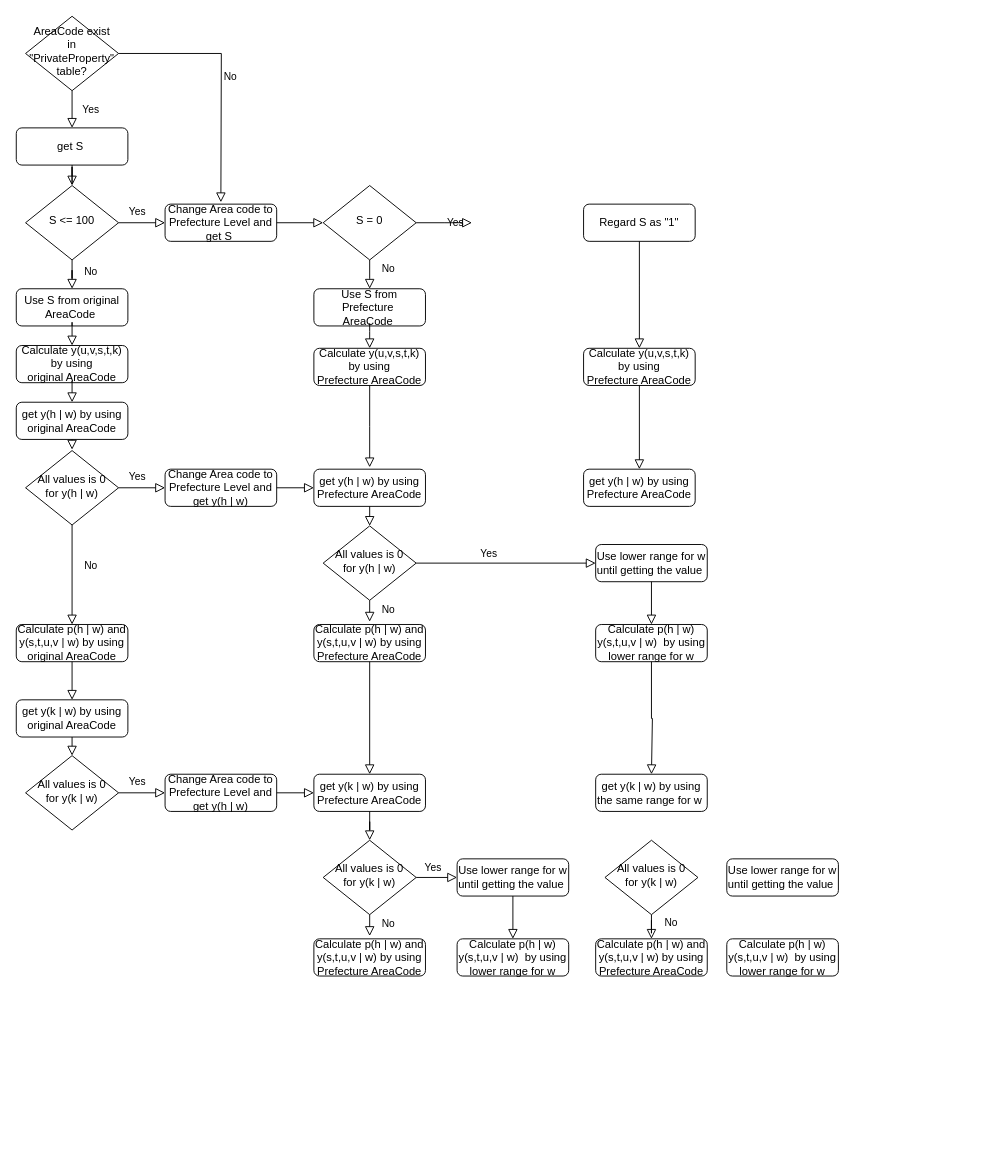
This is project/StudioLOC Diagram.drawio from Asshi01/my-first-practice-web-app, a draw.io file, before an edit. Source tidied: cells renumbered, new cells numbered last; positions are measured from the earlier drawing's top-left corner, leaving out a move shared by most shapes. Both pictures are drawn from the tidied source at 93%, with x=0, y=0 at pixel (16, 16).
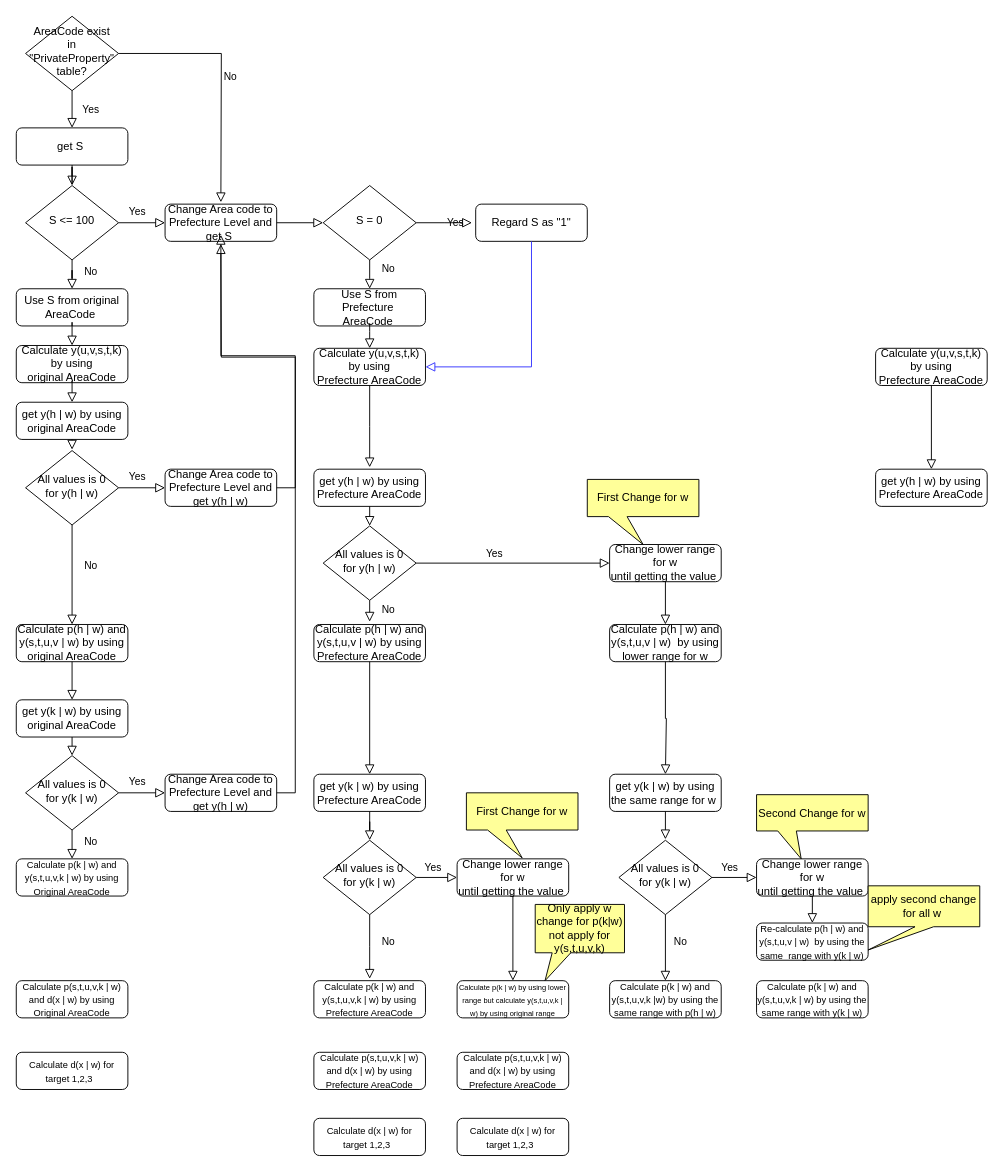
After the change.

The change refers to these unchanged cells:
```xml
<mxCell id="20" value="Calculate y(u,v,s,t,k) by using&lt;br&gt;Prefecture AreaCode" style="rounded=1;whiteSpace=wrap;html=1;fontSize=12;glass=0;strokeWidth=1;shadow=0;" parent="1" vertex="1">
  <mxGeometry x="320" y="357" width="120" height="40" as="geometry" />
</mxCell>
<mxCell id="27" value="Change Area code to Prefecture Level&amp;nbsp;and get y(h | w)" style="rounded=1;whiteSpace=wrap;html=1;fontSize=12;glass=0;strokeWidth=1;shadow=0;" parent="1" vertex="1">
  <mxGeometry x="160" y="487" width="120" height="40" as="geometry" />
</mxCell>
<mxCell id="28" value="get y(h | w) by using&lt;br&gt;Prefecture AreaCode" style="rounded=1;whiteSpace=wrap;html=1;fontSize=12;glass=0;strokeWidth=1;shadow=0;" parent="1" vertex="1">
  <mxGeometry x="320" y="487" width="120" height="40" as="geometry" />
</mxCell>
<mxCell id="47" value="All values is 0 for y(k | w)" style="rhombus;whiteSpace=wrap;html=1;shadow=0;fontFamily=Helvetica;fontSize=12;align=center;strokeWidth=1;spacing=6;spacingTop=-4;" parent="1" vertex="1">
  <mxGeometry x="10" y="795" width="100" height="80" as="geometry" />
</mxCell>
<mxCell id="48" value="Change Area code to Prefecture Level&amp;nbsp;and get y(h | w)" style="rounded=1;whiteSpace=wrap;html=1;fontSize=12;glass=0;strokeWidth=1;shadow=0;" parent="1" vertex="1">
  <mxGeometry x="160" y="815" width="120" height="40" as="geometry" />
</mxCell>
<mxCell id="49" value="get y(k | w) by using&lt;br&gt;Prefecture AreaCode" style="rounded=1;whiteSpace=wrap;html=1;fontSize=12;glass=0;strokeWidth=1;shadow=0;" parent="1" vertex="1">
  <mxGeometry x="320" y="815" width="120" height="40" as="geometry" />
</mxCell>
<mxCell id="50" value="All values is 0 for y(k | w)" style="rhombus;whiteSpace=wrap;html=1;shadow=0;fontFamily=Helvetica;fontSize=12;align=center;strokeWidth=1;spacing=6;spacingTop=-4;" parent="1" vertex="1">
  <mxGeometry x="330" y="886" width="100" height="80" as="geometry" />
</mxCell>
```

Diff of the diagram source:
```diff
@@
     <mxCell id="12" value="Regard S as &quot;1&quot;" style="rounded=1;whiteSpace=wrap;html=1;fontSize=12;glass=0;strokeWidth=1;shadow=0;" parent="1" vertex="1">
-      <mxGeometry x="610" y="202" width="120" height="40" as="geometry" />
+      <mxGeometry x="494" y="202" width="120" height="40" as="geometry" />
     </mxCell>
@@
     <mxCell id="21" value="Calculate y(u,v,s,t,k) by using&lt;br&gt;Prefecture AreaCode" style="rounded=1;whiteSpace=wrap;html=1;fontSize=12;glass=0;strokeWidth=1;shadow=0;" parent="1" vertex="1">
-      <mxGeometry x="610" y="357" width="120" height="40" as="geometry" />
+      <mxGeometry x="924" y="357" width="120" height="40" as="geometry" />
     </mxCell>
@@
-    <mxCell id="23" style="edgeStyle=orthogonalEdgeStyle;rounded=0;html=1;jettySize=auto;fontSize=11;endArrow=block;endFill=0;endSize=8;strokeWidth=1;shadow=0;labelBackgroundColor=none;entryX=0.5;entryY=0;entryDx=0;entryDy=0;exitX=0.5;exitY=1;exitDx=0;exitDy=0;" parent="1" edge="1" source="12" target="21">
+    <mxCell id="23" style="edgeStyle=orthogonalEdgeStyle;rounded=0;html=1;jettySize=auto;fontSize=11;endArrow=block;endFill=0;endSize=8;strokeWidth=1;shadow=0;labelBackgroundColor=none;entryX=1;entryY=0.5;entryDx=0;entryDy=0;exitX=0.5;exitY=1;exitDx=0;exitDy=0;strokeColor=#3333FF;" parent="1" edge="1" source="12" target="20">
       <mxGeometry x="-0.2" y="10" relative="1" as="geometry">
         <Array as="points">
-          <mxPoint x="670" y="290" />
-          <mxPoint x="670" y="290" />
+          <mxPoint x="554" y="377" />
         </Array>
       </mxGeometry>
     </mxCell>
@@
     <mxCell id="29" value="get y(h | w) by using&lt;br&gt;Prefecture AreaCode" style="rounded=1;whiteSpace=wrap;html=1;fontSize=12;glass=0;strokeWidth=1;shadow=0;" parent="1" vertex="1">
-      <mxGeometry x="610" y="487" width="120" height="40" as="geometry" />
+      <mxGeometry x="924" y="487" width="120" height="40" as="geometry" />
     </mxCell>
@@
-    <mxCell id="32" style="edgeStyle=orthogonalEdgeStyle;rounded=0;html=1;jettySize=auto;fontSize=11;endArrow=block;endFill=0;endSize=8;strokeWidth=1;shadow=0;labelBackgroundColor=none;entryX=0;entryY=0.5;entryDx=0;entryDy=0;exitX=1;exitY=0.5;exitDx=0;exitDy=0;" parent="1" edge="1" source="27" target="28">
-      <mxGeometry x="-0.2" y="10" relative="1" as="geometry" />
+    <mxCell id="32" style="edgeStyle=orthogonalEdgeStyle;rounded=0;html=1;jettySize=auto;fontSize=11;endArrow=block;endFill=0;endSize=8;strokeWidth=1;shadow=0;labelBackgroundColor=none;exitX=1;exitY=0.5;exitDx=0;exitDy=0;" parent="1" edge="1" source="27">
+      <mxGeometry x="-0.2" y="10" relative="1" as="geometry">
+        <mxPoint x="220" y="245" as="targetPoint" />
+      </mxGeometry>
     </mxCell>
@@
-    <mxCell id="38" value="Use lower range for w&lt;br&gt;until getting the value&amp;nbsp;" style="rounded=1;whiteSpace=wrap;html=1;fontSize=12;glass=0;strokeWidth=1;shadow=0;" parent="1" vertex="1">
-      <mxGeometry x="623" y="568" width="120" height="40" as="geometry" />
+    <mxCell id="38" value="Change lower range for w&lt;br&gt;until getting the value&amp;nbsp;" style="rounded=1;whiteSpace=wrap;html=1;fontSize=12;glass=0;strokeWidth=1;shadow=0;" parent="1" vertex="1">
+      <mxGeometry x="638" y="568" width="120" height="40" as="geometry" />
     </mxCell>
@@
-    <mxCell id="43" value="Calculate p(h | w) y(s,t,u,v | w)&amp;nbsp;&amp;nbsp;by using lower range for w" style="rounded=1;whiteSpace=wrap;html=1;fontSize=12;glass=0;strokeWidth=1;shadow=0;" parent="1" vertex="1">
-      <mxGeometry x="623" y="654" width="120" height="40" as="geometry" />
+    <mxCell id="43" value="Calculate p(h | w) and y(s,t,u,v | w)&amp;nbsp;&amp;nbsp;by using lower range for w" style="rounded=1;whiteSpace=wrap;html=1;fontSize=12;glass=0;strokeWidth=1;shadow=0;" parent="1" vertex="1">
+      <mxGeometry x="638" y="654" width="120" height="40" as="geometry" />
     </mxCell>
@@
-    <mxCell id="51" value="Use lower range for w&lt;br&gt;until getting the value&amp;nbsp;" style="rounded=1;whiteSpace=wrap;html=1;fontSize=12;glass=0;strokeWidth=1;shadow=0;" parent="1" vertex="1">
+    <mxCell id="51" value="Change lower range for w&lt;br&gt;until getting the value&amp;nbsp;" style="rounded=1;whiteSpace=wrap;html=1;fontSize=12;glass=0;strokeWidth=1;shadow=0;" parent="1" vertex="1">
       <mxGeometry x="474" y="906" width="120" height="40" as="geometry" />
     </mxCell>
-    <mxCell id="52" value="Calculate p(h | w) and y(s,t,u,v | w) by using&lt;br&gt;Prefecture AreaCode" style="rounded=1;whiteSpace=wrap;html=1;fontSize=12;glass=0;strokeWidth=1;shadow=0;" parent="1" vertex="1">
-      <mxGeometry x="320" y="992" width="120" height="40" as="geometry" />
+    <mxCell id="52" value="&lt;font style=&quot;font-size: 10px&quot;&gt;Calculate p(k | w) and y(s,t,u,v,k | w) by using Prefecture AreaCode&lt;/font&gt;" style="rounded=1;whiteSpace=wrap;html=1;fontSize=12;glass=0;strokeWidth=1;shadow=0;" parent="1" vertex="1">
+      <mxGeometry x="320" y="1037" width="120" height="40" as="geometry" />
     </mxCell>
     <mxCell id="53" value="No" style="rounded=0;html=1;jettySize=auto;fontSize=11;endArrow=block;endFill=0;endSize=8;strokeWidth=1;shadow=0;labelBackgroundColor=none;edgeStyle=orthogonalEdgeStyle;exitX=0.5;exitY=1;exitDx=0;exitDy=0;" parent="1" edge="1" source="50">
       <mxGeometry x="-0.17" y="20" relative="1" as="geometry">
-        <mxPoint x="380" y="989" as="targetPoint" />
+        <mxPoint x="380" y="1035" as="targetPoint" />
       </mxGeometry>
     </mxCell>
@@
-    <mxCell id="57" style="edgeStyle=orthogonalEdgeStyle;rounded=0;html=1;jettySize=auto;fontSize=11;endArrow=block;endFill=0;endSize=8;strokeWidth=1;shadow=0;labelBackgroundColor=none;entryX=0;entryY=0.5;entryDx=0;entryDy=0;exitX=1;exitY=0.5;exitDx=0;exitDy=0;" parent="1" edge="1" source="48" target="49">
-      <mxGeometry x="-0.2" y="10" relative="1" as="geometry" />
+    <mxCell id="57" style="edgeStyle=orthogonalEdgeStyle;rounded=0;html=1;jettySize=auto;fontSize=11;endArrow=block;endFill=0;endSize=8;strokeWidth=1;shadow=0;labelBackgroundColor=none;exitX=1;exitY=0.5;exitDx=0;exitDy=0;" parent="1" edge="1" source="48">
+      <mxGeometry x="-0.2" y="10" relative="1" as="geometry">
+        <mxPoint x="220" y="235" as="targetPoint" />
+        <Array as="points">
+          <mxPoint x="300" y="835" />
+          <mxPoint x="300" y="365" />
+          <mxPoint x="220" y="365" />
+        </Array>
+      </mxGeometry>
     </mxCell>
@@
-    <mxCell id="60" value="Calculate p(h | w) y(s,t,u,v | w)&amp;nbsp;&amp;nbsp;by using lower range for w" style="rounded=1;whiteSpace=wrap;html=1;fontSize=12;glass=0;strokeWidth=1;shadow=0;" parent="1" vertex="1">
-      <mxGeometry x="474" y="992" width="120" height="40" as="geometry" />
+    <mxCell id="60" value="&lt;font style=&quot;font-size: 8px&quot;&gt;&lt;font&gt;Calculate p(k | w) by using lower range but calculate&amp;nbsp;&lt;/font&gt;y(s,t,u,v,k | w) by using original&amp;nbsp;range&lt;/font&gt;" style="rounded=1;whiteSpace=wrap;html=1;fontSize=12;glass=0;strokeWidth=1;shadow=0;" parent="1" vertex="1">
+      <mxGeometry x="474" y="1037" width="120" height="40" as="geometry" />
     </mxCell>
     <mxCell id="61" value="get y(k | w) by using&lt;br&gt;the same range for w&amp;nbsp;" style="rounded=1;whiteSpace=wrap;html=1;fontSize=12;glass=0;strokeWidth=1;shadow=0;" parent="1" vertex="1">
-      <mxGeometry x="623" y="815" width="120" height="40" as="geometry" />
+      <mxGeometry x="638" y="815" width="120" height="40" as="geometry" />
     </mxCell>
     <mxCell id="62" style="edgeStyle=orthogonalEdgeStyle;rounded=0;html=1;jettySize=auto;fontSize=11;endArrow=block;endFill=0;endSize=8;strokeWidth=1;shadow=0;labelBackgroundColor=none;exitX=0.5;exitY=1;exitDx=0;exitDy=0;entryX=0.5;entryY=0;entryDx=0;entryDy=0;" parent="1" edge="1" source="43" target="61">
       <mxGeometry x="-0.2" y="10" relative="1" as="geometry">
         <Array as="points">
-          <mxPoint x="683" y="755" />
-          <mxPoint x="684" y="755" />
+          <mxPoint x="698" y="755" />
+          <mxPoint x="699" y="755" />
         </Array>
       </mxGeometry>
     </mxCell>
     <mxCell id="63" value="All values is 0 for y(k | w)" style="rhombus;whiteSpace=wrap;html=1;shadow=0;fontFamily=Helvetica;fontSize=12;align=center;strokeWidth=1;spacing=6;spacingTop=-4;" parent="1" vertex="1">
-      <mxGeometry x="633" y="886" width="100" height="80" as="geometry" />
+      <mxGeometry x="648" y="886" width="100" height="80" as="geometry" />
     </mxCell>
-    <mxCell id="64" value="Use lower range for w&lt;br&gt;until getting the value&amp;nbsp;" style="rounded=1;whiteSpace=wrap;html=1;fontSize=12;glass=0;strokeWidth=1;shadow=0;" parent="1" vertex="1">
-      <mxGeometry x="764" y="906" width="120" height="40" as="geometry" />
+    <mxCell id="64" value="Change lower range for w&lt;br&gt;until getting the value&amp;nbsp;" style="rounded=1;whiteSpace=wrap;html=1;fontSize=12;glass=0;strokeWidth=1;shadow=0;" parent="1" vertex="1">
+      <mxGeometry x="796" y="906" width="120" height="40" as="geometry" />
     </mxCell>
-    <mxCell id="65" value="Calculate p(h | w) y(s,t,u,v | w)&amp;nbsp;&amp;nbsp;by using lower range for w" style="rounded=1;whiteSpace=wrap;html=1;fontSize=12;glass=0;strokeWidth=1;shadow=0;" parent="1" vertex="1">
-      <mxGeometry x="764" y="992" width="120" height="40" as="geometry" />
+    <mxCell id="65" value="&lt;font style=&quot;font-size: 10px&quot;&gt;Re-calculate p(h | w) and y(s,t,u,v | w)&amp;nbsp; by using the same&amp;nbsp; range with y(k | w)&lt;/font&gt;" style="rounded=1;whiteSpace=wrap;html=1;fontSize=12;glass=0;strokeWidth=1;shadow=0;" parent="1" vertex="1">
+      <mxGeometry x="796" y="975" width="120" height="40" as="geometry" />
     </mxCell>
@@
     <mxCell id="67" value="No" style="rounded=0;html=1;jettySize=auto;fontSize=11;endArrow=block;endFill=0;endSize=8;strokeWidth=1;shadow=0;labelBackgroundColor=none;edgeStyle=orthogonalEdgeStyle;entryX=0.5;entryY=0;entryDx=0;entryDy=0;" parent="1" edge="1" source="63" target="68">
-      <mxGeometry x="0.37" y="21" relative="1" as="geometry" />
+      <mxGeometry x="-0.18" y="16" relative="1" as="geometry" />
     </mxCell>
-    <mxCell id="68" value="Calculate p(h | w) and y(s,t,u,v | w) by using&lt;br&gt;Prefecture AreaCode" style="rounded=1;whiteSpace=wrap;html=1;fontSize=12;glass=0;strokeWidth=1;shadow=0;" parent="1" vertex="1">
-      <mxGeometry x="623" y="992" width="120" height="40" as="geometry" />
+    <mxCell id="68" value="&lt;span style=&quot;font-size: 10px&quot;&gt;Calculate p(k | w) and y(s,t,u,v,k |w) by using the same range with p(h | w)&lt;/span&gt;" style="rounded=1;whiteSpace=wrap;html=1;fontSize=12;glass=0;strokeWidth=1;shadow=0;" parent="1" vertex="1">
+      <mxGeometry x="638" y="1037" width="120" height="40" as="geometry" />
     </mxCell>
+    <mxCell id="69" style="edgeStyle=orthogonalEdgeStyle;rounded=0;html=1;jettySize=auto;fontSize=11;endArrow=block;endFill=0;endSize=8;strokeWidth=1;shadow=0;labelBackgroundColor=none;exitX=0.5;exitY=1;exitDx=0;exitDy=0;" parent="1" edge="1" source="61">
+      <mxGeometry x="-0.2" y="10" relative="1" as="geometry">
+        <mxPoint x="698" y="885" as="targetPoint" />
+      </mxGeometry>
+    </mxCell>
+    <mxCell id="70" value="Yes" style="edgeStyle=orthogonalEdgeStyle;rounded=0;html=1;jettySize=auto;fontSize=11;endArrow=block;endFill=0;endSize=8;strokeWidth=1;shadow=0;labelBackgroundColor=none;exitX=1;exitY=0.5;exitDx=0;exitDy=0;entryX=0;entryY=0.5;entryDx=0;entryDy=0;" parent="1" edge="1" source="63" target="64">
+      <mxGeometry x="-0.19" y="10" relative="1" as="geometry" />
+    </mxCell>
+    <mxCell id="71" value="&lt;span style=&quot;font-size: 10px&quot;&gt;Calculate p(k | w) and y(s,t,u,v,k | w) by using the same range with y(k | w)&lt;/span&gt;" style="rounded=1;whiteSpace=wrap;html=1;fontSize=12;glass=0;strokeWidth=1;shadow=0;" parent="1" vertex="1">
+      <mxGeometry x="796" y="1037" width="120" height="40" as="geometry" />
+    </mxCell>
+    <mxCell id="72" value="No" style="rounded=0;html=1;jettySize=auto;fontSize=11;endArrow=block;endFill=0;endSize=8;strokeWidth=1;shadow=0;labelBackgroundColor=none;edgeStyle=orthogonalEdgeStyle;exitX=0.5;exitY=1;exitDx=0;exitDy=0;entryX=0.5;entryY=0;entryDx=0;entryDy=0;" parent="1" edge="1" source="47" target="73">
+      <mxGeometry x="-0.17" y="20" relative="1" as="geometry" />
+    </mxCell>
+    <mxCell id="73" value="&lt;span style=&quot;font-size: 10px&quot;&gt;Calculate p(k | w) and y(s,t,u,v,k | w) by using Original AreaCode&lt;/span&gt;" style="rounded=1;whiteSpace=wrap;html=1;fontSize=12;glass=0;strokeWidth=1;shadow=0;" parent="1" vertex="1">
+      <mxGeometry y="906" width="120" height="40" as="geometry" />
+    </mxCell>
+    <mxCell id="74" value="&lt;span style=&quot;font-size: 10px&quot;&gt;Calculate p(s,t,u,v,k | w) and d(x | w) by using Original AreaCode&lt;/span&gt;" style="rounded=1;whiteSpace=wrap;html=1;fontSize=12;glass=0;strokeWidth=1;shadow=0;" parent="1" vertex="1">
+      <mxGeometry y="1037" width="120" height="40" as="geometry" />
+    </mxCell>
+    <mxCell id="75" value="&lt;span style=&quot;font-size: 10px&quot;&gt;Calculate d(x | w) for target 1,2,3&amp;nbsp;&amp;nbsp;&lt;/span&gt;" style="rounded=1;whiteSpace=wrap;html=1;fontSize=12;glass=0;strokeWidth=1;shadow=0;" parent="1" vertex="1">
+      <mxGeometry y="1114" width="120" height="40" as="geometry" />
+    </mxCell>
+    <mxCell id="76" value="&lt;span style=&quot;font-size: 10px&quot;&gt;Calculate p(s,t,u,v,k | w) and d(x | w) by using Prefecture AreaCode&lt;/span&gt;" style="rounded=1;whiteSpace=wrap;html=1;fontSize=12;glass=0;strokeWidth=1;shadow=0;" parent="1" vertex="1">
+      <mxGeometry x="320" y="1114" width="120" height="40" as="geometry" />
+    </mxCell>
+    <mxCell id="77" value="&lt;span style=&quot;font-size: 10px&quot;&gt;Calculate d(x | w) for target 1,2,3&amp;nbsp;&amp;nbsp;&lt;/span&gt;" style="rounded=1;whiteSpace=wrap;html=1;fontSize=12;glass=0;strokeWidth=1;shadow=0;" parent="1" vertex="1">
+      <mxGeometry x="320" y="1185" width="120" height="40" as="geometry" />
+    </mxCell>
+    <mxCell id="78" value="&lt;span style=&quot;font-size: 10px&quot;&gt;Calculate p(s,t,u,v,k | w) and d(x | w) by using Prefecture AreaCode&lt;/span&gt;" style="rounded=1;whiteSpace=wrap;html=1;fontSize=12;glass=0;strokeWidth=1;shadow=0;" parent="1" vertex="1">
+      <mxGeometry x="474" y="1114" width="120" height="40" as="geometry" />
+    </mxCell>
+    <mxCell id="79" value="&lt;span style=&quot;font-size: 10px&quot;&gt;Calculate d(x | w) for target 1,2,3&amp;nbsp;&amp;nbsp;&lt;/span&gt;" style="rounded=1;whiteSpace=wrap;html=1;fontSize=12;glass=0;strokeWidth=1;shadow=0;" parent="1" vertex="1">
+      <mxGeometry x="474" y="1185" width="120" height="40" as="geometry" />
+    </mxCell>
+    <mxCell id="80" value="First Change for w" style="shape=callout;whiteSpace=wrap;html=1;perimeter=calloutPerimeter;size=30;position=0.19;fillColor=#FFFF99;" parent="1" vertex="1">
+      <mxGeometry x="614" y="498" width="120" height="70" as="geometry" />
+    </mxCell>
+    <mxCell id="81" value="Second Change for w" style="shape=callout;whiteSpace=wrap;html=1;perimeter=calloutPerimeter;size=30;position=0.19;fillColor=#FFFF99;position2=0.4;" parent="1" vertex="1">
+      <mxGeometry x="796" y="837" width="120" height="69" as="geometry" />
+    </mxCell>
+    <mxCell id="82" value="apply second change for all w&amp;nbsp;" style="shape=callout;whiteSpace=wrap;html=1;perimeter=calloutPerimeter;size=25;position=0.42;fillColor=#FFFF99;position2=0;" parent="1" vertex="1">
+      <mxGeometry x="916" y="935" width="120" height="69" as="geometry" />
+    </mxCell>
+    <mxCell id="83" value="Only apply w change for p(k|w) not apply for y(s,t,u,v,k)" style="shape=callout;whiteSpace=wrap;html=1;perimeter=calloutPerimeter;size=30;position=0.19;fillColor=#FFFF99;position2=0.11;" parent="1" vertex="1">
+      <mxGeometry x="558" y="955" width="96" height="82" as="geometry" />
+    </mxCell>
+    <mxCell id="84" style="edgeStyle=orthogonalEdgeStyle;rounded=0;html=1;jettySize=auto;fontSize=11;endArrow=block;endFill=0;endSize=8;strokeWidth=1;shadow=0;labelBackgroundColor=none;exitX=0.5;exitY=1;exitDx=0;exitDy=0;" parent="1" edge="1" source="64">
+      <mxGeometry x="-0.2" y="10" relative="1" as="geometry">
+        <mxPoint x="856" y="975" as="targetPoint" />
+      </mxGeometry>
+    </mxCell>
+    <mxCell id="85" value="First Change for w" style="shape=callout;whiteSpace=wrap;html=1;perimeter=calloutPerimeter;size=30;position=0.19;fillColor=#FFFF99;" parent="1" vertex="1">
+      <mxGeometry x="484" y="835" width="120" height="70" as="geometry" />
+    </mxCell>
```
